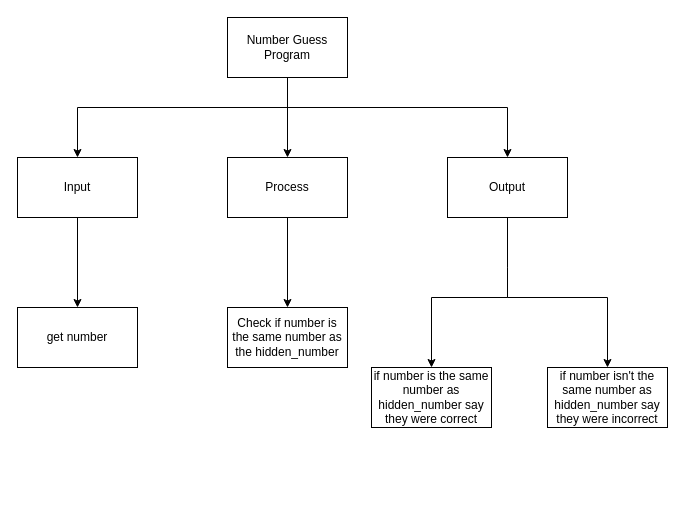
Earlier version of the draw.io diagram design.drawio (Ethan-Prieur1/ICS3U-Unit3-03-Python). Source tidied: cells renumbered, new cells numbered last; positions are measured from the earlier drawing's top-left corner, leaving out a move shared by most shapes. Both pictures are drawn from the tidied source at 100%, with x=0, y=0 at pixel (17, 17).
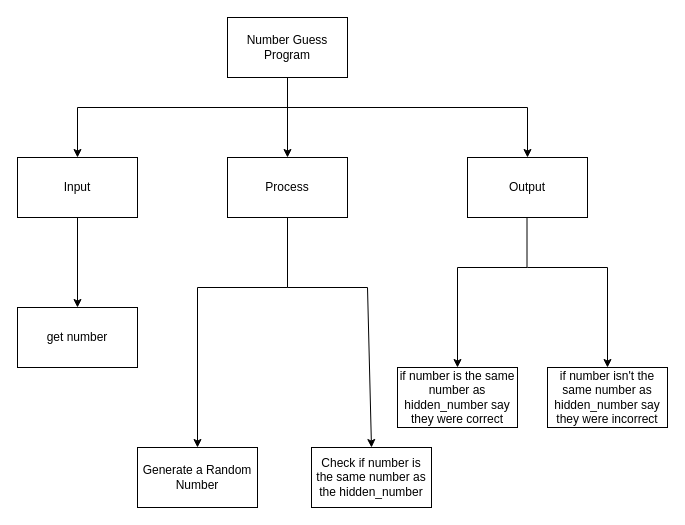
The same diagram, later.

Unchanged cells that the change refers to:
```xml
<mxCell id="5" value="Number Guess Program" style="rounded=0;whiteSpace=wrap;html=1;" parent="1" vertex="1">
  <mxGeometry x="210" width="120" height="60" as="geometry" />
</mxCell>
<mxCell id="9" value="Process" style="rounded=0;whiteSpace=wrap;html=1;" parent="1" vertex="1">
  <mxGeometry x="210" y="140" width="120" height="60" as="geometry" />
</mxCell>
<mxCell id="14" value="&lt;span&gt;if number isn't the same number as hidden_number say they were incorrect&lt;/span&gt;" style="rounded=0;whiteSpace=wrap;html=1;" parent="1" vertex="1">
  <mxGeometry x="530" y="350" width="120" height="60" as="geometry" />
</mxCell>
```

What changed in the source:
```diff
@@
     <mxCell id="4" style="edgeStyle=orthogonalEdgeStyle;shape=connector;rounded=0;jumpStyle=line;html=1;labelBackgroundColor=default;fontFamily=Helvetica;fontSize=11;fontColor=default;endArrow=classic;strokeColor=default;" parent="1" edge="1" source="5" target="10">
       <mxGeometry relative="1" as="geometry">
         <Array as="points">
           <mxPoint x="270" y="90" />
-          <mxPoint x="490" y="90" />
+          <mxPoint x="510" y="90" />
         </Array>
       </mxGeometry>
     </mxCell>
@@
-    <mxCell id="8" style="edgeStyle=none;html=1;" parent="1" edge="1" source="9" target="12">
-      <mxGeometry relative="1" as="geometry" />
+    <mxCell id="8" style="edgeStyle=none;html=1;rounded=0;entryX=0.5;entryY=0;entryDx=0;entryDy=0;" parent="1" edge="1" target="19">
+      <mxGeometry relative="1" as="geometry">
+        <mxPoint x="270" y="270" as="sourcePoint" />
+        <Array as="points">
+          <mxPoint x="180" y="270" />
+        </Array>
+      </mxGeometry>
     </mxCell>
@@
     <mxCell id="10" value="Output" style="rounded=0;whiteSpace=wrap;html=1;" parent="1" vertex="1">
-      <mxGeometry x="430" y="140" width="120" height="60" as="geometry" />
+      <mxGeometry x="450" y="140" width="120" height="60" as="geometry" />
     </mxCell>
@@
     <mxCell id="12" value="Check if number is the same number as the hidden_number" style="rounded=0;whiteSpace=wrap;html=1;" parent="1" vertex="1">
-      <mxGeometry x="210" y="290" width="120" height="60" as="geometry" />
+      <mxGeometry x="294" y="430" width="120" height="60" as="geometry" />
     </mxCell>
     <mxCell id="13" value="if number is the same number as hidden_number say they were correct" style="rounded=0;whiteSpace=wrap;html=1;" parent="1" vertex="1">
-      <mxGeometry x="354" y="350" width="120" height="60" as="geometry" />
+      <mxGeometry x="380" y="350" width="120" height="60" as="geometry" />
     </mxCell>
@@
-    <mxCell id="15" style="edgeStyle=orthogonalEdgeStyle;shape=connector;rounded=0;jumpStyle=line;html=1;labelBackgroundColor=default;fontFamily=Helvetica;fontSize=11;fontColor=default;endArrow=classic;strokeColor=default;entryX=0.5;entryY=0;entryDx=0;entryDy=0;" parent="1" edge="1" target="14">
-      <mxGeometry relative="1" as="geometry">
-        <mxPoint x="490" y="250" as="sourcePoint" />
-        <Array as="points">
-          <mxPoint x="490" y="280" />
-          <mxPoint x="590" y="280" />
-        </Array>
-      </mxGeometry>
-    </mxCell>
     <mxCell id="16" style="endArrow=none;html=1;rounded=1;labelBackgroundColor=default;fontFamily=Helvetica;fontSize=11;fontColor=default;strokeColor=default;shape=connector;" parent="1" edge="1">
       <mxGeometry relative="1" as="geometry">
-        <mxPoint x="490" y="250" as="sourcePoint" />
-        <mxPoint x="490" y="200" as="targetPoint" />
+        <mxPoint x="509.5" y="250" as="sourcePoint" />
+        <mxPoint x="509.5" y="200" as="targetPoint" />
         <Array as="points">
-          <mxPoint x="490" y="200" />
+          <mxPoint x="509.5" y="200" />
         </Array>
       </mxGeometry>
     </mxCell>
-    <mxCell id="17" style="edgeStyle=orthogonalEdgeStyle;shape=connector;rounded=0;jumpStyle=line;html=1;labelBackgroundColor=default;fontFamily=Helvetica;fontSize=11;fontColor=default;endArrow=classic;strokeColor=default;entryX=0.5;entryY=0;entryDx=0;entryDy=0;" parent="1" edge="1" target="13">
-      <mxGeometry relative="1" as="geometry">
-        <mxPoint x="490" y="250" as="sourcePoint" />
-        <Array as="points">
-          <mxPoint x="490" y="280" />
-          <mxPoint x="414" y="280" />
-        </Array>
-      </mxGeometry>
-    </mxCell>
+    <mxCell id="18" style="edgeStyle=none;html=1;rounded=0;entryX=0.5;entryY=0;entryDx=0;entryDy=0;" parent="1" edge="1" target="12">
+      <mxGeometry relative="1" as="geometry">
+        <mxPoint x="270" y="270" as="sourcePoint" />
+        <Array as="points">
+          <mxPoint x="350" y="270" />
+        </Array>
+      </mxGeometry>
+    </mxCell>
+    <mxCell id="19" value="Generate a Random Number" style="rounded=0;whiteSpace=wrap;html=1;" parent="1" vertex="1">
+      <mxGeometry x="120" y="430" width="120" height="60" as="geometry" />
+    </mxCell>
+    <mxCell id="20" style="endArrow=none;html=1;entryX=0.5;entryY=1;entryDx=0;entryDy=0;" parent="1" edge="1" target="9">
+      <mxGeometry relative="1" as="geometry">
+        <mxPoint x="270" y="270" as="sourcePoint" />
+      </mxGeometry>
+    </mxCell>
+    <mxCell id="21" style="endArrow=classic;html=1;rounded=0;entryX=0.5;entryY=0;entryDx=0;entryDy=0;" parent="1" edge="1" target="13">
+      <mxGeometry relative="1" as="geometry">
+        <mxPoint x="510" y="250" as="sourcePoint" />
+        <Array as="points">
+          <mxPoint x="440" y="250" />
+        </Array>
+      </mxGeometry>
+    </mxCell>
+    <mxCell id="22" style="endArrow=classic;html=1;rounded=0;entryX=0.5;entryY=0;entryDx=0;entryDy=0;" parent="1" edge="1" target="14">
+      <mxGeometry relative="1" as="geometry">
+        <mxPoint x="510" y="250" as="sourcePoint" />
+        <Array as="points">
+          <mxPoint x="590" y="250" />
+        </Array>
+      </mxGeometry>
+    </mxCell>
```
